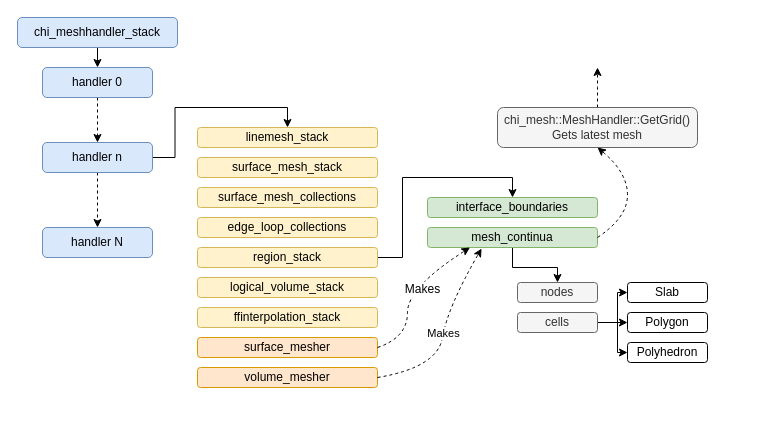
Before: CHI_DOC/HTMLimages/MeshOverview.drawio in chi-tech/chi-tech, a draw.io diagram. Source tidied: cells renumbered, new cells numbered last; positions are measured from the earlier drawing's top-left corner, leaving out a move shared by most shapes. Both pictures are drawn from the tidied source at 100%, with x=0, y=0 at pixel (17, 17).
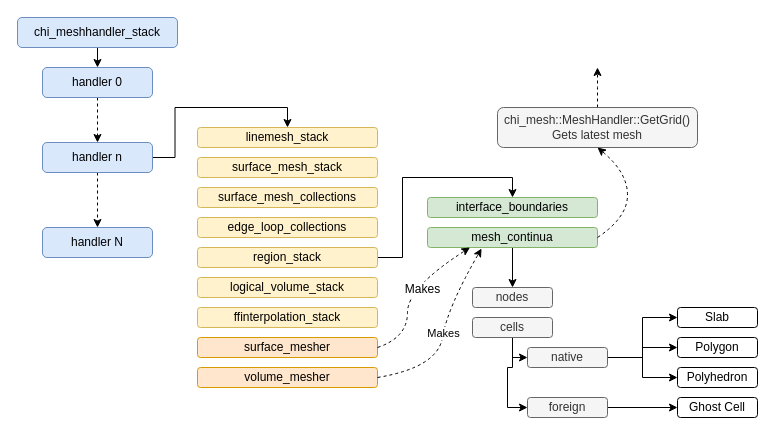
The same diagram, later.

What changed in the source:
```diff
@@
     <mxCell id="23" value="nodes" style="rounded=1;whiteSpace=wrap;html=1;align=center;fillColor=#f5f5f5;strokeColor=#666666;fontColor=#333333;" parent="1" vertex="1">
-      <mxGeometry x="500" y="265" width="80" height="20" as="geometry" />
+      <mxGeometry x="455" y="270" width="80" height="20" as="geometry" />
     </mxCell>
-    <mxCell id="24" style="edgeStyle=orthogonalEdgeStyle;rounded=0;jettySize=auto;html=1;exitX=1;exitY=0.5;exitDx=0;exitDy=0;entryX=0;entryY=0.5;entryDx=0;entryDy=0;" parent="1" edge="1" source="27" target="29">
+    <mxCell id="24" style="edgeStyle=orthogonalEdgeStyle;rounded=0;jettySize=auto;html=1;exitX=1;exitY=0.5;exitDx=0;exitDy=0;entryX=0;entryY=0.5;entryDx=0;entryDy=0;" parent="1" edge="1" source="39" target="29">
       <mxGeometry relative="1" as="geometry" />
     </mxCell>
-    <mxCell id="25" style="edgeStyle=orthogonalEdgeStyle;rounded=0;jettySize=auto;html=1;exitX=1;exitY=0.5;exitDx=0;exitDy=0;entryX=0;entryY=0.5;entryDx=0;entryDy=0;" parent="1" edge="1" source="27" target="28">
+    <mxCell id="25" style="edgeStyle=orthogonalEdgeStyle;rounded=0;jettySize=auto;html=1;exitX=1;exitY=0.5;exitDx=0;exitDy=0;entryX=0;entryY=0.5;entryDx=0;entryDy=0;" parent="1" edge="1" source="39" target="28">
       <mxGeometry relative="1" as="geometry" />
     </mxCell>
-    <mxCell id="26" style="edgeStyle=orthogonalEdgeStyle;rounded=0;jettySize=auto;html=1;exitX=1;exitY=0.5;exitDx=0;exitDy=0;entryX=0;entryY=0.5;entryDx=0;entryDy=0;" parent="1" edge="1" source="27" target="30">
+    <mxCell id="26" style="edgeStyle=orthogonalEdgeStyle;rounded=0;jettySize=auto;html=1;exitX=1;exitY=0.5;exitDx=0;exitDy=0;entryX=0;entryY=0.5;entryDx=0;entryDy=0;" parent="1" edge="1" source="39" target="30">
       <mxGeometry relative="1" as="geometry" />
     </mxCell>
+    <mxCell id="37" style="edgeStyle=orthogonalEdgeStyle;rounded=0;jettySize=auto;html=1;exitX=0.5;exitY=1;exitDx=0;exitDy=0;entryX=0;entryY=0.5;entryDx=0;entryDy=0;" parent="1" edge="1" source="27" target="39">
+      <mxGeometry relative="1" as="geometry">
+        <Array as="points">
+          <mxPoint x="495" y="340" />
+        </Array>
+      </mxGeometry>
+    </mxCell>
+    <mxCell id="38" style="edgeStyle=orthogonalEdgeStyle;rounded=0;jettySize=auto;html=1;exitX=0.5;exitY=1;exitDx=0;exitDy=0;entryX=0;entryY=0.5;entryDx=0;entryDy=0;" parent="1" edge="1" source="27" target="41">
+      <mxGeometry relative="1" as="geometry" />
+    </mxCell>
     <mxCell id="27" value="cells" style="rounded=1;whiteSpace=wrap;html=1;align=center;fillColor=#f5f5f5;strokeColor=#666666;fontColor=#333333;" parent="1" vertex="1">
-      <mxGeometry x="500" y="295" width="80" height="20" as="geometry" />
+      <mxGeometry x="455" y="300" width="80" height="20" as="geometry" />
     </mxCell>
     <mxCell id="28" value="Slab" style="rounded=1;whiteSpace=wrap;html=1;align=center;" parent="1" vertex="1">
-      <mxGeometry x="610" y="265" width="80" height="20" as="geometry" />
+      <mxGeometry x="660" y="290" width="80" height="20" as="geometry" />
     </mxCell>
     <mxCell id="29" value="Polygon" style="rounded=1;whiteSpace=wrap;html=1;align=center;" parent="1" vertex="1">
-      <mxGeometry x="610" y="295" width="80" height="20" as="geometry" />
+      <mxGeometry x="660" y="320" width="80" height="20" as="geometry" />
     </mxCell>
     <mxCell id="30" value="Polyhedron" style="rounded=1;whiteSpace=wrap;html=1;align=center;" parent="1" vertex="1">
-      <mxGeometry x="610" y="325" width="80" height="20" as="geometry" />
+      <mxGeometry x="660" y="350" width="80" height="20" as="geometry" />
     </mxCell>
@@
+    <mxCell id="39" value="native" style="rounded=1;whiteSpace=wrap;html=1;align=center;fillColor=#f5f5f5;strokeColor=#666666;fontColor=#333333;" parent="1" vertex="1">
+      <mxGeometry x="510" y="330" width="80" height="20" as="geometry" />
+    </mxCell>
+    <mxCell id="40" style="edgeStyle=orthogonalEdgeStyle;rounded=0;jettySize=auto;html=1;exitX=1;exitY=0.5;exitDx=0;exitDy=0;entryX=0;entryY=0.5;entryDx=0;entryDy=0;" parent="1" edge="1" source="41" target="42">
+      <mxGeometry relative="1" as="geometry" />
+    </mxCell>
+    <mxCell id="41" value="foreign" style="rounded=1;whiteSpace=wrap;html=1;align=center;fillColor=#f5f5f5;strokeColor=#666666;fontColor=#333333;" parent="1" vertex="1">
+      <mxGeometry x="510" y="380" width="80" height="20" as="geometry" />
+    </mxCell>
+    <mxCell id="42" value="Ghost Cell" style="rounded=1;whiteSpace=wrap;html=1;align=center;" parent="1" vertex="1">
+      <mxGeometry x="660" y="380" width="80" height="20" as="geometry" />
+    </mxCell>
```
